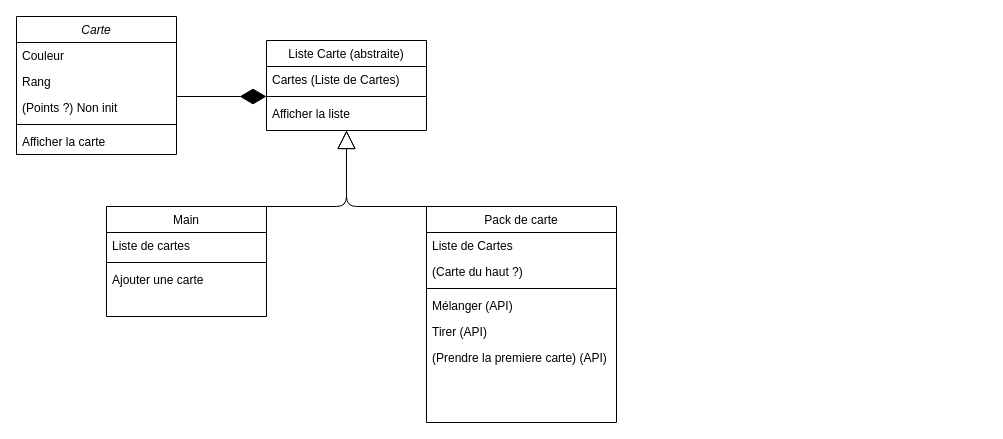
Above: ClassDiagram.drawio in MailineN/ProjetInfo2A (draw.io), before the change. Source tidied: cells renumbered, new cells numbered last; positions are measured from the earlier drawing's top-left corner, leaving out a move shared by most shapes. Both pictures are drawn from the tidied source at 100%, with x=0, y=0 at pixel (16, 16).
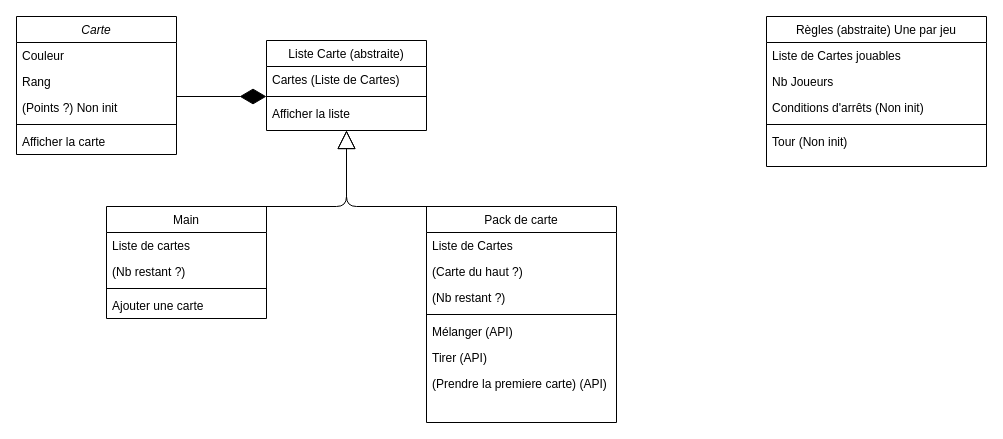
After the change.

The change refers to these unchanged cells:
```xml
<mxCell id="12" value="Pack de carte" style="swimlane;fontStyle=0;align=center;verticalAlign=top;horizontal=1;startSize=26;rounded=0;shadow=0;strokeWidth=1;" parent="1" vertex="1">
  <mxGeometry x="410" y="190" width="190" height="216" as="geometry" />
</mxCell>
```

The edit, as a diff of the source:
```diff
@@
+    <mxCell id="26" value="(Nb restant ?)" style="text;align=left;verticalAlign=top;spacingLeft=4;spacingRight=4;overflow=hidden;" parent="12" vertex="1">
+      <mxGeometry y="78" width="190" height="26" as="geometry" />
+    </mxCell>
     <mxCell id="15" style="line;html=1;strokeWidth=1;align=left;verticalAlign=middle;spacingTop=-1;spacingLeft=3;spacingRight=3;labelPosition=right;" parent="12" vertex="1">
-      <mxGeometry y="78" width="190" height="8" as="geometry" />
+      <mxGeometry y="104" width="190" height="8" as="geometry" />
     </mxCell>
     <mxCell id="16" value="Mélanger (API)" style="text;align=left;verticalAlign=top;spacingLeft=4;spacingRight=4;overflow=hidden;" parent="12" vertex="1">
-      <mxGeometry y="86" width="190" height="26" as="geometry" />
+      <mxGeometry y="112" width="190" height="26" as="geometry" />
     </mxCell>
     <mxCell id="17" value="Tirer (API)" style="text;align=left;verticalAlign=top;spacingLeft=4;spacingRight=4;overflow=hidden;" parent="12" vertex="1">
-      <mxGeometry y="112" width="190" height="26" as="geometry" />
+      <mxGeometry y="138" width="190" height="26" as="geometry" />
     </mxCell>
     <mxCell id="18" value="(Prendre la premiere carte) (API)" style="text;align=left;verticalAlign=top;spacingLeft=4;spacingRight=4;overflow=hidden;" parent="12" vertex="1">
-      <mxGeometry y="138" width="190" height="26" as="geometry" />
+      <mxGeometry y="164" width="190" height="26" as="geometry" />
     </mxCell>
@@
     <mxCell id="20" value="Main" style="swimlane;fontStyle=0;align=center;verticalAlign=top;horizontal=1;startSize=26;rounded=0;shadow=0;strokeWidth=1;" parent="1" vertex="1">
-      <mxGeometry x="90" y="190" width="160" height="110" as="geometry" />
+      <mxGeometry x="90" y="190" width="160" height="112" as="geometry" />
     </mxCell>
@@
+    <mxCell id="27" value="(Nb restant ?)" style="text;align=left;verticalAlign=top;spacingLeft=4;spacingRight=4;overflow=hidden;" parent="20" vertex="1">
+      <mxGeometry y="52" width="160" height="26" as="geometry" />
+    </mxCell>
     <mxCell id="22" style="line;html=1;strokeWidth=1;align=left;verticalAlign=middle;spacingTop=-1;spacingLeft=3;spacingRight=3;labelPosition=right;" parent="20" vertex="1">
-      <mxGeometry y="52" width="160" height="8" as="geometry" />
+      <mxGeometry y="78" width="160" height="8" as="geometry" />
     </mxCell>
     <mxCell id="23" value="Ajouter une carte" style="text;align=left;verticalAlign=top;spacingLeft=4;spacingRight=4;overflow=hidden;" parent="20" vertex="1">
-      <mxGeometry y="60" width="160" height="26" as="geometry" />
+      <mxGeometry y="86" width="160" height="26" as="geometry" />
     </mxCell>
@@
+    <mxCell id="28" value="Règles (abstraite) Une par jeu" style="swimlane;fontStyle=0;align=center;verticalAlign=top;horizontal=1;startSize=26;rounded=0;shadow=0;strokeWidth=1;" parent="1" vertex="1">
+      <mxGeometry x="750" width="220" height="150" as="geometry" />
+    </mxCell>
+    <mxCell id="29" value="Liste de Cartes jouables" style="text;align=left;verticalAlign=top;spacingLeft=4;spacingRight=4;overflow=hidden;" parent="28" vertex="1">
+      <mxGeometry y="26" width="220" height="26" as="geometry" />
+    </mxCell>
+    <mxCell id="30" value="Nb Joueurs&#10;" style="text;align=left;verticalAlign=top;spacingLeft=4;spacingRight=4;overflow=hidden;rounded=0;shadow=0;html=0;" parent="28" vertex="1">
+      <mxGeometry y="52" width="220" height="26" as="geometry" />
+    </mxCell>
+    <mxCell id="31" value="Conditions d'arrêts (Non init)" style="text;align=left;verticalAlign=top;spacingLeft=4;spacingRight=4;overflow=hidden;rounded=0;shadow=0;html=0;" parent="28" vertex="1">
+      <mxGeometry y="78" width="220" height="26" as="geometry" />
+    </mxCell>
+    <mxCell id="32" style="line;html=1;strokeWidth=1;align=left;verticalAlign=middle;spacingTop=-1;spacingLeft=3;spacingRight=3;labelPosition=right;" parent="28" vertex="1">
+      <mxGeometry y="104" width="220" height="8" as="geometry" />
+    </mxCell>
+    <mxCell id="33" value="Tour (Non init)" style="text;align=left;verticalAlign=top;spacingLeft=4;spacingRight=4;overflow=hidden;" parent="28" vertex="1">
+      <mxGeometry y="112" width="220" height="26" as="geometry" />
+    </mxCell>
```
